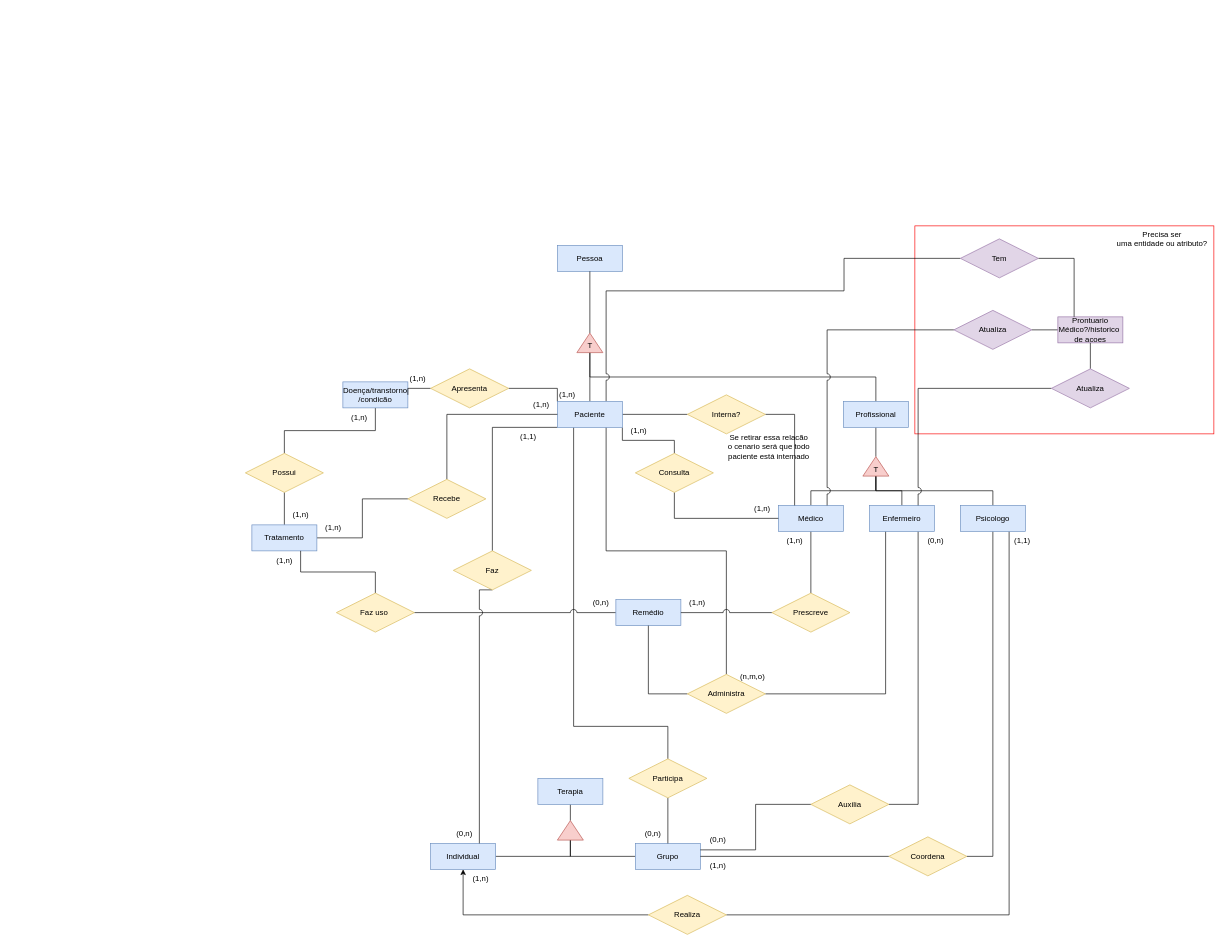
Earlier version of the draw.io diagram Hospital psiquiátrico.drawio (gkstaka/arquitetura_banco_dados). Source tidied: cells renumbered, new cells numbered last; positions are measured from the earlier drawing's top-left corner, leaving out a move shared by most shapes. Both pictures are drawn from the tidied source at 65%, with x=0, y=0 at pixel (245, 226).
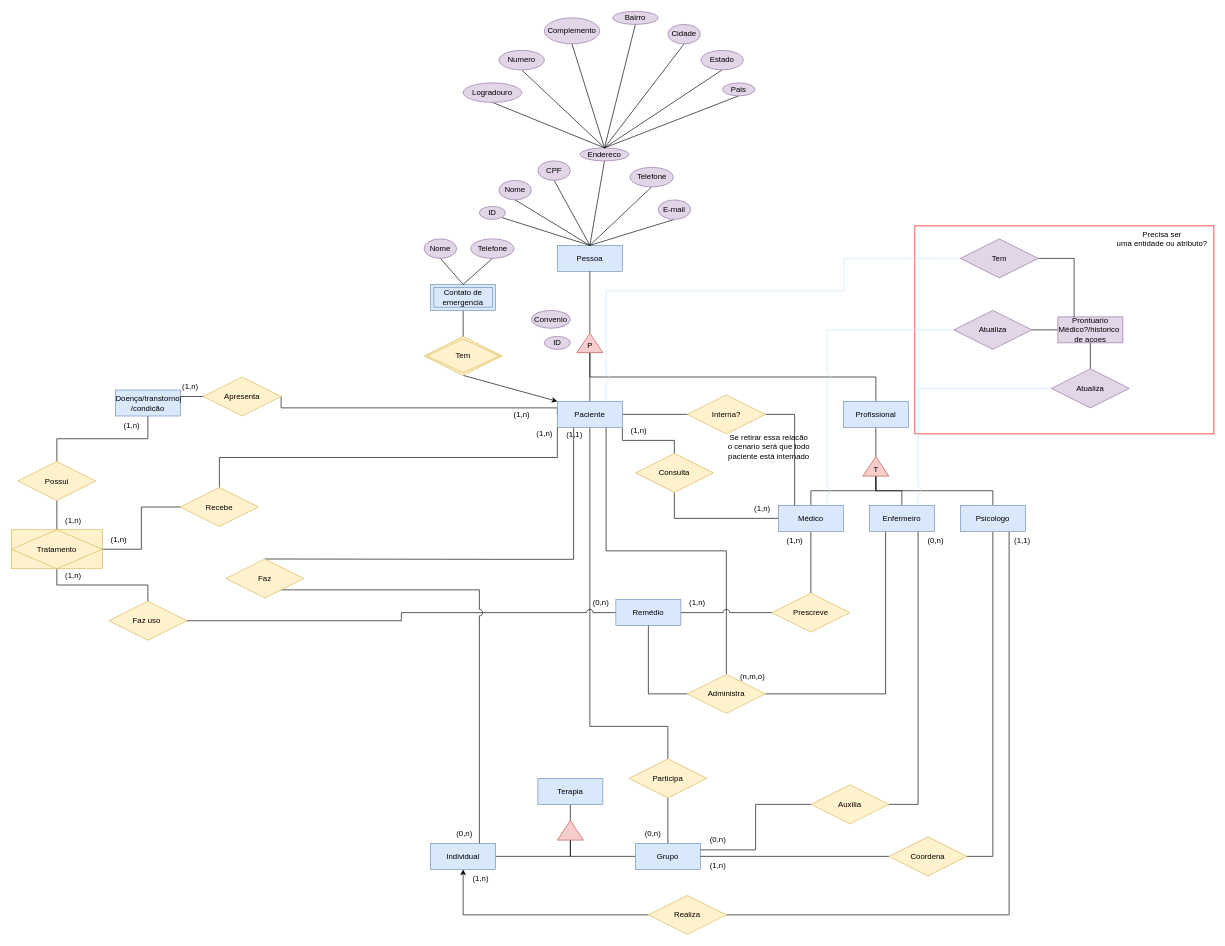
After the change.

The change refers to these unchanged cells:
```xml
<mxCell id="3" value="Pessoa" style="whiteSpace=wrap;html=1;align=center;fillColor=#dae8fc;strokeColor=#6c8ebf;" parent="1" vertex="1">
  <mxGeometry x="480" y="30" width="100" height="40" as="geometry" />
</mxCell>
<mxCell id="15" value="Paciente" style="whiteSpace=wrap;html=1;align=center;fillColor=#dae8fc;strokeColor=#6c8ebf;" parent="1" vertex="1">
  <mxGeometry x="480" y="270" width="100" height="40" as="geometry" />
</mxCell>
<mxCell id="23" value="Médico" style="whiteSpace=wrap;html=1;align=center;fillColor=#dae8fc;strokeColor=#6c8ebf;" parent="1" vertex="1">
  <mxGeometry x="820" y="430" width="100" height="40" as="geometry" />
</mxCell>
<mxCell id="26" value="Enfermeiro" style="whiteSpace=wrap;html=1;align=center;fillColor=#dae8fc;strokeColor=#6c8ebf;" parent="1" vertex="1">
  <mxGeometry x="960" y="430" width="100" height="40" as="geometry" />
</mxCell>
<mxCell id="54" value="Participa" style="shape=rhombus;perimeter=rhombusPerimeter;whiteSpace=wrap;html=1;align=center;fillColor=#fff2cc;strokeColor=#d6b656;" parent="1" vertex="1">
  <mxGeometry x="590" y="820" width="120" height="60" as="geometry" />
</mxCell>
<mxCell id="72" value="Atualiza" style="shape=rhombus;perimeter=rhombusPerimeter;whiteSpace=wrap;html=1;align=center;fillColor=#e1d5e7;strokeColor=#9673a6;" parent="1" vertex="1">
  <mxGeometry x="1090" y="130" width="120" height="60" as="geometry" />
</mxCell>
<mxCell id="75" value="Atualiza" style="shape=rhombus;perimeter=rhombusPerimeter;whiteSpace=wrap;html=1;align=center;fillColor=#e1d5e7;strokeColor=#9673a6;" parent="1" vertex="1">
  <mxGeometry x="1240" y="220" width="120" height="60" as="geometry" />
</mxCell>
<mxCell id="77" value="Tem" style="shape=rhombus;perimeter=rhombusPerimeter;whiteSpace=wrap;html=1;align=center;fillColor=#e1d5e7;strokeColor=#9673a6;" parent="1" vertex="1">
  <mxGeometry x="1100" y="20" width="120" height="60" as="geometry" />
</mxCell>
```

What changed in the source:
```diff
@@
-    <mxCell id="11" style="edgeStyle=orthogonalEdgeStyle;rounded=0;jettySize=auto;html=1;entryX=1;entryY=0.5;entryDx=0;entryDy=0;endArrow=none;endFill=0;exitX=0;exitY=0;exitDx=0;exitDy=0;" parent="1" edge="1" source="15" target="50">
+    <mxCell id="11" style="edgeStyle=orthogonalEdgeStyle;rounded=0;jettySize=auto;html=1;entryX=1;entryY=0.5;entryDx=0;entryDy=0;endArrow=none;endFill=0;exitX=0;exitY=0.5;exitDx=0;exitDy=0;" parent="1" edge="1" source="15" target="50">
       <mxGeometry relative="1" as="geometry">
         <Array as="points">
-          <mxPoint x="480" y="250" />
+          <mxPoint x="480" y="280" />
+          <mxPoint x="55" y="280" />
         </Array>
       </mxGeometry>
     </mxCell>
-    <mxCell id="12" style="edgeStyle=orthogonalEdgeStyle;rounded=0;jettySize=auto;html=1;exitX=0.25;exitY=1;exitDx=0;exitDy=0;entryX=0.5;entryY=0;entryDx=0;entryDy=0;endArrow=none;endFill=0;jumpStyle=arc;jumpSize=10;" parent="1" edge="1" source="15" target="54">
+    <mxCell id="12" style="edgeStyle=orthogonalEdgeStyle;rounded=0;jettySize=auto;html=1;exitX=0.5;exitY=1;exitDx=0;exitDy=0;entryX=0.5;entryY=0;entryDx=0;entryDy=0;endArrow=none;endFill=0;jumpStyle=arc;jumpSize=10;" parent="1" edge="1" source="15" target="54">
       <mxGeometry relative="1" as="geometry">
         <Array as="points">
-          <mxPoint x="505" y="770" />
+          <mxPoint x="530" y="770" />
           <mxPoint x="650" y="770" />
         </Array>
       </mxGeometry>
     </mxCell>
-    <mxCell id="13" style="edgeStyle=orthogonalEdgeStyle;rounded=0;jettySize=auto;html=1;exitX=0;exitY=1;exitDx=0;exitDy=0;entryX=0.5;entryY=0;entryDx=0;entryDy=0;endArrow=none;endFill=0;" parent="1" edge="1" source="15" target="56">
+    <mxCell id="13" style="edgeStyle=orthogonalEdgeStyle;rounded=0;jettySize=auto;html=1;exitX=0.25;exitY=1;exitDx=0;exitDy=0;entryX=0.5;entryY=0;entryDx=0;entryDy=0;endArrow=none;endFill=0;" parent="1" edge="1" source="15" target="56">
       <mxGeometry relative="1" as="geometry">
         <Array as="points">
-          <mxPoint x="380" y="310" />
+          <mxPoint x="505" y="513" />
+          <mxPoint x="380" y="513" />
         </Array>
       </mxGeometry>
     </mxCell>
-    <mxCell id="14" style="edgeStyle=orthogonalEdgeStyle;rounded=0;jettySize=auto;html=1;exitX=0.75;exitY=0;exitDx=0;exitDy=0;entryX=0;entryY=0.5;entryDx=0;entryDy=0;jumpStyle=arc;jumpSize=10;endArrow=none;endFill=0;" parent="1" edge="1" source="15" target="77">
+    <mxCell id="14" style="edgeStyle=orthogonalEdgeStyle;rounded=0;jettySize=auto;html=1;exitX=0.75;exitY=0;exitDx=0;exitDy=0;entryX=0;entryY=0.5;entryDx=0;entryDy=0;jumpStyle=arc;jumpSize=10;endArrow=none;endFill=0;fillColor=#f5f5f5;strokeColor=#CCE5FF;" parent="1" edge="1" source="15" target="77">
       <mxGeometry relative="1" as="geometry">
         <Array as="points">
           <mxPoint x="555" y="100" />
           <mxPoint x="921" y="100" />
           <mxPoint x="921" y="50" />
         </Array>
       </mxGeometry>
     </mxCell>
@@
     <mxCell id="33" value="Doença/transtorno&lt;br&gt;/condicão" style="whiteSpace=wrap;html=1;align=center;fillColor=#dae8fc;strokeColor=#6c8ebf;" parent="1" vertex="1">
-      <mxGeometry x="150" y="240" width="100" height="40" as="geometry" />
+      <mxGeometry x="-200" y="252.5" width="100" height="40" as="geometry" />
     </mxCell>
@@
     <mxCell id="50" value="Apresenta" style="shape=rhombus;perimeter=rhombusPerimeter;whiteSpace=wrap;html=1;align=center;fillColor=#fff2cc;strokeColor=#d6b656;" parent="1" vertex="1">
-      <mxGeometry x="285" y="220" width="120" height="60" as="geometry" />
+      <mxGeometry x="-65" y="232.5" width="120" height="60" as="geometry" />
     </mxCell>
@@
     <mxCell id="56" value="Faz" style="shape=rhombus;perimeter=rhombusPerimeter;whiteSpace=wrap;html=1;align=center;fillColor=#fff2cc;strokeColor=#d6b656;" parent="1" vertex="1">
-      <mxGeometry x="320" y="500" width="120" height="60" as="geometry" />
+      <mxGeometry x="-30" y="512.5" width="120" height="60" as="geometry" />
     </mxCell>
-    <mxCell id="57" style="edgeStyle=orthogonalEdgeStyle;rounded=0;jettySize=auto;html=1;exitX=0.5;exitY=0;exitDx=0;exitDy=0;entryX=0.5;entryY=1;entryDx=0;entryDy=0;endArrow=none;endFill=0;" parent="1" edge="1" source="59" target="60">
-      <mxGeometry relative="1" as="geometry" />
+    <mxCell id="57" style="edgeStyle=orthogonalEdgeStyle;rounded=0;jettySize=auto;html=1;exitX=0.5;exitY=0;exitDx=0;exitDy=0;endArrow=none;endFill=0;" parent="1" edge="1" source="59">
+      <mxGeometry relative="1" as="geometry">
+        <mxPoint x="-290" y="422.5" as="targetPoint" />
+      </mxGeometry>
     </mxCell>
@@
-    <mxCell id="59" value="Tratamento" style="whiteSpace=wrap;html=1;align=center;fillColor=#dae8fc;strokeColor=#6c8ebf;" parent="1" vertex="1">
-      <mxGeometry x="10" y="460" width="100" height="40" as="geometry" />
-    </mxCell>
     <mxCell id="60" value="Possui" style="shape=rhombus;perimeter=rhombusPerimeter;whiteSpace=wrap;html=1;align=center;fillColor=#fff2cc;strokeColor=#d6b656;" parent="1" vertex="1">
-      <mxGeometry y="350" width="120" height="60" as="geometry" />
+      <mxGeometry x="-350" y="362.5" width="120" height="60" as="geometry" />
     </mxCell>
-    <mxCell id="61" style="edgeStyle=orthogonalEdgeStyle;rounded=0;jettySize=auto;html=1;exitX=0.5;exitY=0;exitDx=0;exitDy=0;entryX=0.75;entryY=1;entryDx=0;entryDy=0;endArrow=none;endFill=0;" parent="1" edge="1" source="62" target="59">
+    <mxCell id="61" style="edgeStyle=orthogonalEdgeStyle;rounded=0;jettySize=auto;html=1;exitX=0.5;exitY=0;exitDx=0;exitDy=0;entryX=0.5;entryY=1;entryDx=0;entryDy=0;endArrow=none;endFill=0;" parent="1" edge="1" source="62" target="59">
       <mxGeometry relative="1" as="geometry" />
     </mxCell>
     <mxCell id="62" value="Faz uso&amp;nbsp;" style="shape=rhombus;perimeter=rhombusPerimeter;whiteSpace=wrap;html=1;align=center;fillColor=#fff2cc;strokeColor=#d6b656;" parent="1" vertex="1">
-      <mxGeometry x="140" y="565" width="120" height="60" as="geometry" />
+      <mxGeometry x="-210" y="577.5" width="120" height="60" as="geometry" />
     </mxCell>
-    <mxCell id="63" style="edgeStyle=orthogonalEdgeStyle;rounded=0;jettySize=auto;html=1;exitX=0.5;exitY=0;exitDx=0;exitDy=0;entryX=0;entryY=0.5;entryDx=0;entryDy=0;endArrow=none;endFill=0;" parent="1" edge="1" source="64" target="15">
+    <mxCell id="63" style="edgeStyle=orthogonalEdgeStyle;rounded=0;jettySize=auto;html=1;exitX=0.5;exitY=0;exitDx=0;exitDy=0;entryX=0;entryY=1;entryDx=0;entryDy=0;endArrow=none;endFill=0;" parent="1" edge="1" source="64" target="15">
       <mxGeometry relative="1" as="geometry" />
     </mxCell>
     <mxCell id="64" value="Recebe" style="shape=rhombus;perimeter=rhombusPerimeter;whiteSpace=wrap;html=1;align=center;fillColor=#fff2cc;strokeColor=#d6b656;" parent="1" vertex="1">
-      <mxGeometry x="250" y="390" width="120" height="60" as="geometry" />
+      <mxGeometry x="-100" y="402.5" width="120" height="60" as="geometry" />
     </mxCell>
@@
-    <mxCell id="71" style="edgeStyle=orthogonalEdgeStyle;rounded=0;jettySize=auto;html=1;exitX=0;exitY=0.5;exitDx=0;exitDy=0;entryX=0.75;entryY=0;entryDx=0;entryDy=0;jumpStyle=arc;jumpSize=10;endArrow=none;endFill=0;" parent="1" edge="1" source="72" target="23">
+    <mxCell id="71" style="edgeStyle=orthogonalEdgeStyle;rounded=0;jettySize=auto;html=1;exitX=0;exitY=0.5;exitDx=0;exitDy=0;entryX=0.75;entryY=0;entryDx=0;entryDy=0;jumpStyle=arc;jumpSize=10;endArrow=none;endFill=0;strokeColor=#CCE5FF;" parent="1" edge="1" source="72" target="23">
       <mxGeometry relative="1" as="geometry" />
     </mxCell>
@@
-    <mxCell id="74" style="edgeStyle=orthogonalEdgeStyle;rounded=0;jettySize=auto;html=1;exitX=0;exitY=0.5;exitDx=0;exitDy=0;entryX=0.75;entryY=0;entryDx=0;entryDy=0;jumpStyle=arc;jumpSize=10;endArrow=none;endFill=0;" parent="1" edge="1" source="75" target="26">
+    <mxCell id="74" style="edgeStyle=orthogonalEdgeStyle;rounded=0;jettySize=auto;html=1;exitX=0;exitY=0.5;exitDx=0;exitDy=0;entryX=0.75;entryY=0;entryDx=0;entryDy=0;jumpStyle=arc;jumpSize=10;endArrow=none;endFill=0;strokeColor=#CCE5FF;" parent="1" edge="1" source="75" target="26">
       <mxGeometry relative="1" as="geometry" />
     </mxCell>
@@
-    <mxCell id="85" value="T" style="text;html=1;align=center;verticalAlign=middle;strokeColor=none;fillColor=none;" parent="1" vertex="1">
+    <mxCell id="85" value="P" style="text;html=1;align=center;verticalAlign=middle;strokeColor=none;fillColor=none;" parent="1" vertex="1">
       <mxGeometry x="515" y="170" width="30" height="30" as="geometry" />
     </mxCell>
@@
     <mxCell id="90" value="(1,1)" style="text;html=1;align=center;verticalAlign=middle;strokeColor=none;fillColor=none;" parent="1" vertex="1">
-      <mxGeometry x="410" y="310" width="50" height="30" as="geometry" />
+      <mxGeometry x="481" y="306" width="50" height="30" as="geometry" />
     </mxCell>
     <mxCell id="91" value="(1,n)" style="text;html=1;align=center;verticalAlign=middle;strokeColor=none;fillColor=none;" parent="1" vertex="1">
-      <mxGeometry x="470" y="245" width="50" height="30" as="geometry" />
+      <mxGeometry x="400" y="275" width="50" height="30" as="geometry" />
     </mxCell>
@@
     <mxCell id="96" value="(1,n)" style="text;html=1;align=center;verticalAlign=middle;strokeColor=none;fillColor=none;" parent="1" vertex="1">
-      <mxGeometry x="35" y="500" width="50" height="30" as="geometry" />
+      <mxGeometry x="-290" y="522.5" width="50" height="30" as="geometry" />
     </mxCell>
     <mxCell id="97" value="(1,n)" style="text;html=1;align=center;verticalAlign=middle;strokeColor=none;fillColor=none;" parent="1" vertex="1">
-      <mxGeometry x="240" y="220" width="50" height="30" as="geometry" />
+      <mxGeometry x="-110" y="232.5" width="50" height="30" as="geometry" />
     </mxCell>
     <mxCell id="98" value="(1,n)" style="text;html=1;align=center;verticalAlign=middle;strokeColor=none;fillColor=none;" parent="1" vertex="1">
-      <mxGeometry x="60" y="430" width="50" height="30" as="geometry" />
+      <mxGeometry x="-290" y="437.5" width="50" height="30" as="geometry" />
     </mxCell>
     <mxCell id="99" value="(1,n)" style="text;html=1;align=center;verticalAlign=middle;strokeColor=none;fillColor=none;" parent="1" vertex="1">
-      <mxGeometry x="150" y="280" width="50" height="30" as="geometry" />
+      <mxGeometry x="-200" y="292.5" width="50" height="30" as="geometry" />
     </mxCell>
     <mxCell id="100" value="(1,n)" style="text;html=1;align=center;verticalAlign=middle;strokeColor=none;fillColor=none;" parent="1" vertex="1">
-      <mxGeometry x="110" y="450" width="50" height="30" as="geometry" />
+      <mxGeometry x="-220" y="467.5" width="50" height="30" as="geometry" />
     </mxCell>
@@
     <mxCell id="102" value="(1,n)" style="text;html=1;align=center;verticalAlign=middle;strokeColor=none;fillColor=none;" parent="1" vertex="1">
-      <mxGeometry x="430" y="260" width="50" height="30" as="geometry" />
+      <mxGeometry x="435" y="305" width="50" height="30" as="geometry" />
     </mxCell>
+    <mxCell id="59" value="Tratamento" style="shape=associativeEntity;whiteSpace=wrap;html=1;align=center;fillColor=#fff2cc;strokeColor=#d6b656;" parent="1" vertex="1">
+      <mxGeometry x="-360" y="467.5" width="140" height="60" as="geometry" />
+    </mxCell>
+    <mxCell id="103" style="rounded=0;jettySize=auto;html=1;exitX=1;exitY=1;exitDx=0;exitDy=0;entryX=0.5;entryY=0;entryDx=0;entryDy=0;endArrow=none;endFill=0;" parent="1" edge="1" source="104" target="3">
+      <mxGeometry relative="1" as="geometry" />
+    </mxCell>
+    <mxCell id="104" value="ID" style="ellipse;whiteSpace=wrap;html=1;align=center;fillColor=#e1d5e7;strokeColor=#9673a6;" parent="1" vertex="1">
+      <mxGeometry x="360" y="-30" width="40" height="20" as="geometry" />
+    </mxCell>
+    <mxCell id="105" style="rounded=0;jettySize=auto;html=1;exitX=0.5;exitY=1;exitDx=0;exitDy=0;entryX=0.5;entryY=0;entryDx=0;entryDy=0;endArrow=none;endFill=0;" parent="1" edge="1" source="106" target="3">
+      <mxGeometry relative="1" as="geometry" />
+    </mxCell>
+    <mxCell id="106" value="Nome" style="ellipse;whiteSpace=wrap;html=1;align=center;fillColor=#e1d5e7;strokeColor=#9673a6;" parent="1" vertex="1">
+      <mxGeometry x="390" y="-70" width="50" height="30" as="geometry" />
+    </mxCell>
+    <mxCell id="107" style="edgeStyle=none;rounded=0;jettySize=auto;html=1;exitX=0.5;exitY=1;exitDx=0;exitDy=0;entryX=0.5;entryY=0;entryDx=0;entryDy=0;endArrow=none;endFill=0;" parent="1" edge="1" source="108" target="3">
+      <mxGeometry relative="1" as="geometry" />
+    </mxCell>
+    <mxCell id="108" value="Endereco" style="ellipse;whiteSpace=wrap;html=1;align=center;fillColor=#e1d5e7;strokeColor=#9673a6;" parent="1" vertex="1">
+      <mxGeometry x="515" y="-120" width="75" height="20" as="geometry" />
+    </mxCell>
+    <mxCell id="109" style="edgeStyle=none;rounded=0;jettySize=auto;html=1;exitX=0.5;exitY=1;exitDx=0;exitDy=0;entryX=0.5;entryY=0;entryDx=0;entryDy=0;endArrow=none;endFill=0;" parent="1" edge="1" source="110" target="108">
+      <mxGeometry relative="1" as="geometry" />
+    </mxCell>
+    <mxCell id="110" value="Logradouro" style="ellipse;whiteSpace=wrap;html=1;align=center;fillColor=#e1d5e7;strokeColor=#9673a6;" parent="1" vertex="1">
+      <mxGeometry x="335" y="-220" width="90" height="30" as="geometry" />
+    </mxCell>
+    <mxCell id="111" style="edgeStyle=none;rounded=0;jettySize=auto;html=1;exitX=0.5;exitY=1;exitDx=0;exitDy=0;entryX=0.5;entryY=0;entryDx=0;entryDy=0;endArrow=none;endFill=0;" parent="1" edge="1" source="112" target="108">
+      <mxGeometry relative="1" as="geometry" />
+    </mxCell>
+    <mxCell id="112" value="Numero" style="ellipse;whiteSpace=wrap;html=1;align=center;fillColor=#e1d5e7;strokeColor=#9673a6;" parent="1" vertex="1">
+      <mxGeometry x="390" y="-270" width="70" height="30" as="geometry" />
+    </mxCell>
+    <mxCell id="113" style="edgeStyle=none;rounded=0;jettySize=auto;html=1;exitX=0.5;exitY=1;exitDx=0;exitDy=0;entryX=0.5;entryY=0;entryDx=0;entryDy=0;endArrow=none;endFill=0;" parent="1" edge="1" source="114" target="108">
+      <mxGeometry relative="1" as="geometry" />
+    </mxCell>
+    <mxCell id="114" value="Complemento" style="ellipse;whiteSpace=wrap;html=1;align=center;fillColor=#e1d5e7;strokeColor=#9673a6;" parent="1" vertex="1">
+      <mxGeometry x="460" y="-320" width="85" height="40" as="geometry" />
+    </mxCell>
+    <mxCell id="115" style="edgeStyle=none;rounded=0;jettySize=auto;html=1;exitX=0.5;exitY=1;exitDx=0;exitDy=0;entryX=0.5;entryY=0;entryDx=0;entryDy=0;endArrow=none;endFill=0;" parent="1" edge="1" source="116" target="108">
+      <mxGeometry relative="1" as="geometry" />
+    </mxCell>
+    <mxCell id="116" value="Bairro" style="ellipse;whiteSpace=wrap;html=1;align=center;fillColor=#e1d5e7;strokeColor=#9673a6;" parent="1" vertex="1">
+      <mxGeometry x="565" y="-330" width="70" height="20" as="geometry" />
+    </mxCell>
+    <mxCell id="117" style="edgeStyle=none;rounded=0;jettySize=auto;html=1;exitX=0.5;exitY=1;exitDx=0;exitDy=0;entryX=0.5;entryY=0;entryDx=0;entryDy=0;endArrow=none;endFill=0;" parent="1" edge="1" source="118" target="108">
+      <mxGeometry relative="1" as="geometry" />
+    </mxCell>
+    <mxCell id="118" value="Cidade" style="ellipse;whiteSpace=wrap;html=1;align=center;fillColor=#e1d5e7;strokeColor=#9673a6;" parent="1" vertex="1">
+      <mxGeometry x="650" y="-310" width="50" height="30" as="geometry" />
+    </mxCell>
+    <mxCell id="119" style="edgeStyle=none;rounded=0;jettySize=auto;html=1;exitX=0.5;exitY=1;exitDx=0;exitDy=0;entryX=0.5;entryY=0;entryDx=0;entryDy=0;endArrow=none;endFill=0;" parent="1" edge="1" source="120" target="108">
+      <mxGeometry relative="1" as="geometry" />
+    </mxCell>
+    <mxCell id="120" value="Estado" style="ellipse;whiteSpace=wrap;html=1;align=center;fillColor=#e1d5e7;strokeColor=#9673a6;" parent="1" vertex="1">
+      <mxGeometry x="701" y="-270" width="65" height="30" as="geometry" />
+    </mxCell>
+    <mxCell id="121" style="edgeStyle=none;rounded=0;jettySize=auto;html=1;exitX=0.5;exitY=1;exitDx=0;exitDy=0;entryX=0.5;entryY=0;entryDx=0;entryDy=0;endArrow=none;endFill=0;" parent="1" edge="1" source="122" target="108">
+      <mxGeometry relative="1" as="geometry" />
+    </mxCell>
+    <mxCell id="122" value="Pais" style="ellipse;whiteSpace=wrap;html=1;align=center;fillColor=#e1d5e7;strokeColor=#9673a6;" parent="1" vertex="1">
+      <mxGeometry x="734" y="-220" width="50" height="20" as="geometry" />
+    </mxCell>
+    <mxCell id="123" style="edgeStyle=none;rounded=0;jettySize=auto;html=1;exitX=0.5;exitY=1;exitDx=0;exitDy=0;entryX=0.5;entryY=0;entryDx=0;entryDy=0;endArrow=none;endFill=0;" parent="1" edge="1" source="124" target="3">
+      <mxGeometry relative="1" as="geometry" />
+    </mxCell>
+    <mxCell id="124" value="E-mail" style="ellipse;whiteSpace=wrap;html=1;align=center;fillColor=#e1d5e7;strokeColor=#9673a6;" parent="1" vertex="1">
+      <mxGeometry x="635" y="-40" width="50" height="30" as="geometry" />
+    </mxCell>
+    <mxCell id="125" style="edgeStyle=none;rounded=0;jettySize=auto;html=1;exitX=0.5;exitY=1;exitDx=0;exitDy=0;entryX=0.5;entryY=0;entryDx=0;entryDy=0;endArrow=none;endFill=0;" parent="1" edge="1" source="126" target="3">
+      <mxGeometry relative="1" as="geometry" />
+    </mxCell>
+    <mxCell id="126" value="CPF" style="ellipse;whiteSpace=wrap;html=1;align=center;fillColor=#e1d5e7;strokeColor=#9673a6;" parent="1" vertex="1">
+      <mxGeometry x="450" y="-100" width="50" height="30" as="geometry" />
+    </mxCell>
+    <mxCell id="127" style="edgeStyle=none;rounded=0;jettySize=auto;html=1;exitX=0.5;exitY=1;exitDx=0;exitDy=0;entryX=0.5;entryY=0;entryDx=0;entryDy=0;endArrow=none;endFill=0;" parent="1" edge="1" source="128" target="3">
+      <mxGeometry relative="1" as="geometry" />
+    </mxCell>
+    <mxCell id="128" value="Telefone" style="ellipse;whiteSpace=wrap;html=1;align=center;fillColor=#e1d5e7;strokeColor=#9673a6;" parent="1" vertex="1">
+      <mxGeometry x="591.7" y="-90" width="66.7" height="30" as="geometry" />
+    </mxCell>
+    <mxCell id="129" value="ID" style="ellipse;whiteSpace=wrap;html=1;align=center;fillColor=#e1d5e7;strokeColor=#9673a6;" parent="1" vertex="1">
+      <mxGeometry x="460" y="170" width="40" height="20" as="geometry" />
+    </mxCell>
+    <mxCell id="130" value="Convenio" style="ellipse;whiteSpace=wrap;html=1;align=center;fillColor=#e1d5e7;strokeColor=#9673a6;" parent="1" vertex="1">
+      <mxGeometry x="440" y="130" width="60" height="27.5" as="geometry" />
+    </mxCell>
+    <mxCell id="131" style="edgeStyle=none;rounded=0;jettySize=auto;html=1;exitX=0.5;exitY=1;exitDx=0;exitDy=0;entryX=0;entryY=0;entryDx=0;entryDy=0;" parent="1" edge="1" source="132" target="15">
+      <mxGeometry relative="1" as="geometry" />
+    </mxCell>
+    <mxCell id="132" value="Tem" style="shape=rhombus;double=1;perimeter=rhombusPerimeter;whiteSpace=wrap;html=1;align=center;fillColor=#fff2cc;strokeColor=#d6b656;" parent="1" vertex="1">
+      <mxGeometry x="275" y="170" width="120" height="60" as="geometry" />
+    </mxCell>
+    <mxCell id="133" style="edgeStyle=none;rounded=0;jettySize=auto;html=1;exitX=0.5;exitY=1;exitDx=0;exitDy=0;entryX=0.5;entryY=0;entryDx=0;entryDy=0;endArrow=none;endFill=0;" parent="1" edge="1" source="134" target="132">
+      <mxGeometry relative="1" as="geometry" />
+    </mxCell>
+    <mxCell id="134" value="Contato de emergencia" style="shape=ext;margin=3;double=1;whiteSpace=wrap;html=1;align=center;fillColor=#dae8fc;strokeColor=#6c8ebf;" parent="1" vertex="1">
+      <mxGeometry x="285" y="90" width="100" height="40" as="geometry" />
+    </mxCell>
+    <mxCell id="135" style="edgeStyle=none;rounded=0;jettySize=auto;html=1;exitX=0.5;exitY=1;exitDx=0;exitDy=0;entryX=0.5;entryY=0;entryDx=0;entryDy=0;endArrow=none;endFill=0;" parent="1" edge="1" source="136" target="134">
+      <mxGeometry relative="1" as="geometry" />
+    </mxCell>
+    <mxCell id="136" value="Nome" style="ellipse;whiteSpace=wrap;html=1;align=center;fillColor=#e1d5e7;strokeColor=#9673a6;" parent="1" vertex="1">
+      <mxGeometry x="275" y="20" width="50" height="30" as="geometry" />
+    </mxCell>
+    <mxCell id="137" style="edgeStyle=none;rounded=0;jettySize=auto;html=1;exitX=0.5;exitY=1;exitDx=0;exitDy=0;entryX=0.5;entryY=0;entryDx=0;entryDy=0;endArrow=none;endFill=0;" parent="1" edge="1" source="138" target="134">
+      <mxGeometry relative="1" as="geometry" />
+    </mxCell>
+    <mxCell id="138" value="Telefone" style="ellipse;whiteSpace=wrap;html=1;align=center;fillColor=#e1d5e7;strokeColor=#9673a6;" parent="1" vertex="1">
+      <mxGeometry x="346.7" y="20" width="66.7" height="30" as="geometry" />
+    </mxCell>
```
